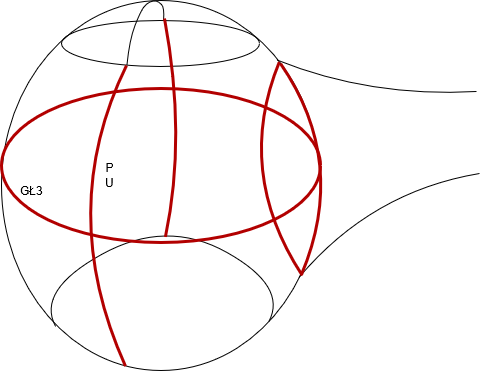
The draw.io diagram Diagram bez tytułu2.png in adamski83/sklep, before a commit. Source tidied: cells renumbered, new cells last; positions are measured from the earlier drawing's top-left corner, leaving out a move shared by most shapes.
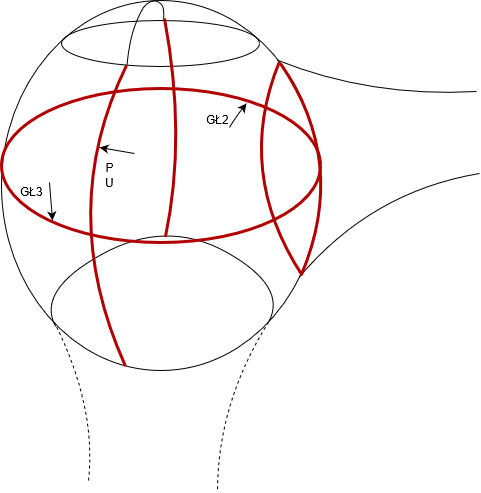
After the commit.

What changed in the source:
```diff
@@ -87,5 +87,46 @@
     <mxCell id="15" value="&lt;div&gt;P&lt;/div&gt;&lt;div&gt;U&lt;br&gt;&lt;/div&gt;" style="text;html=1;align=center;verticalAlign=middle;" parent="13" vertex="1">
       <mxGeometry x="98" y="158" width="19" height="33" as="geometry" />
     </mxCell>
+    <mxCell id="16" value="GŁ2" style="text;html=1;align=center;verticalAlign=middle;" parent="13" vertex="1">
+      <mxGeometry x="199" y="109" width="33" height="19" as="geometry" />
+    </mxCell>
+    <mxCell id="17" style="endArrow=classic;html=1;strokeColor=#000000;strokeWidth=1;" parent="13" edge="1">
+      <mxGeometry relative="1" as="geometry">
+        <mxPoint x="228" y="127" as="sourcePoint" />
+        <mxPoint x="245" y="103" as="targetPoint" />
+        <Array as="points">
+          <mxPoint x="234" y="117" />
+        </Array>
+      </mxGeometry>
+    </mxCell>
+    <mxCell id="18" style="endArrow=classic;html=1;strokeColor=#000000;strokeWidth=1;" parent="13" edge="1">
+      <mxGeometry relative="1" as="geometry">
+        <mxPoint x="48" y="182" as="sourcePoint" />
+        <mxPoint x="51" y="220" as="targetPoint" />
+      </mxGeometry>
+    </mxCell>
+    <mxCell id="19" style="endArrow=classic;html=1;strokeColor=#000000;strokeWidth=1;" parent="13" edge="1">
+      <mxGeometry relative="1" as="geometry">
+        <mxPoint x="133" y="153" as="sourcePoint" />
+        <mxPoint x="98" y="147" as="targetPoint" />
+      </mxGeometry>
+    </mxCell>
+    <mxCell id="20" style="endArrow=none;html=1;strokeColor=#000000;strokeWidth=1;exitX=0.837;exitY=0.869;exitDx=0;exitDy=0;exitPerimeter=0;curved=1;dashed=1;" parent="13" edge="1" source="2">
+      <mxGeometry relative="1" as="geometry">
+        <mxPoint x="216" y="491" as="targetPoint" />
+        <Array as="points">
+          <mxPoint x="216" y="403" />
+        </Array>
+      </mxGeometry>
+    </mxCell>
+    <mxCell id="21" style="endArrow=none;html=1;dashed=1;strokeColor=#000000;strokeWidth=1;curved=1;" parent="13" edge="1">
+      <mxGeometry relative="1" as="geometry">
+        <mxPoint x="87" y="480" as="sourcePoint" />
+        <mxPoint x="53" y="322" as="targetPoint" />
+        <Array as="points">
+          <mxPoint x="95" y="406" />
+        </Array>
+      </mxGeometry>
+    </mxCell>
   </root>
 </mxGraphModel>
```
